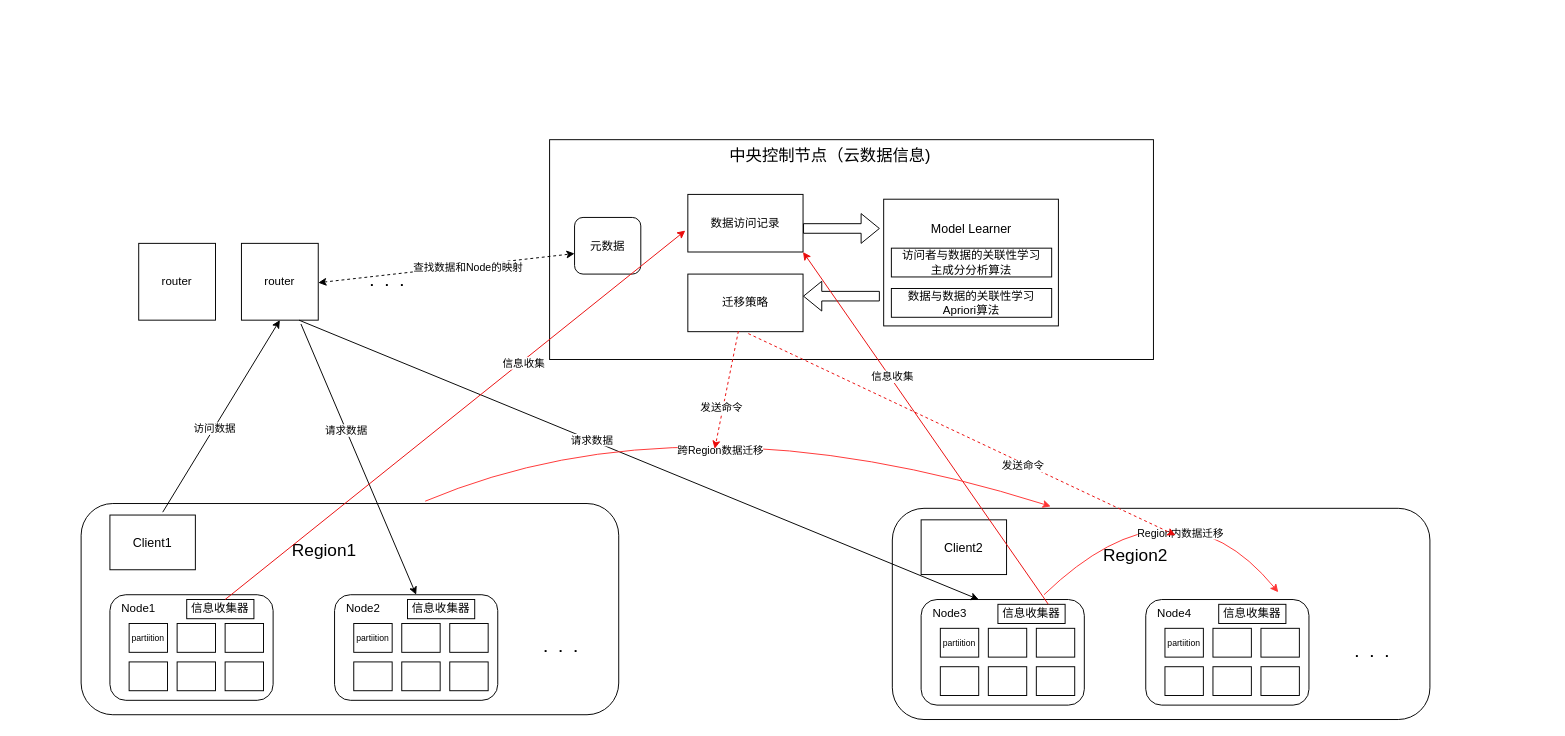
The draw.io diagram 未命名绘图.drawio in Mo-yang22/TCP-IP, before the edit. Source tidied: cells renumbered, new cells numbered last; positions are measured from the earlier drawing's top-left corner, leaving out a move shared by most shapes. Both pictures are drawn from the tidied source at 96%, with x=0, y=0 at pixel (81, 115).
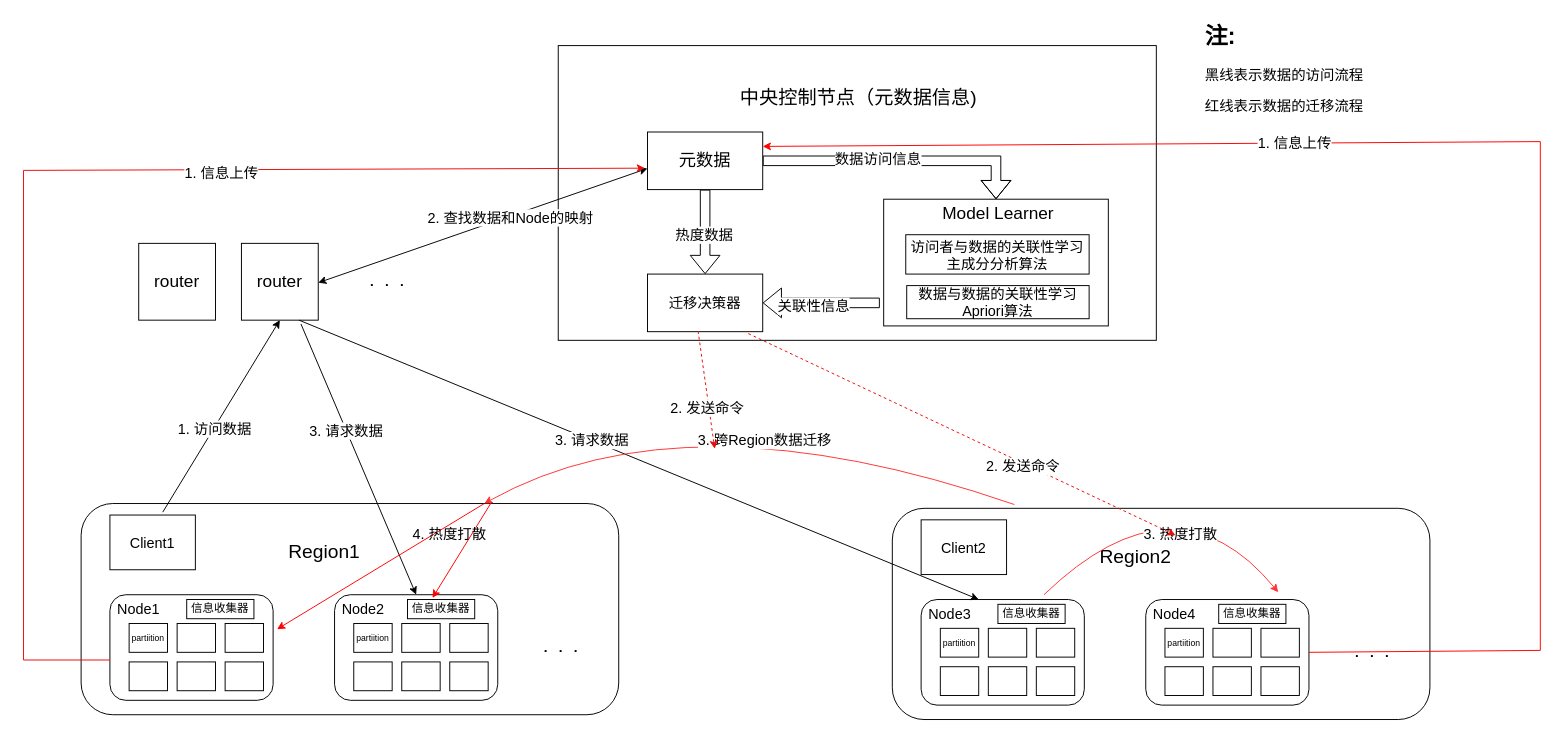
The same page after the edit.

Commit message:
更新未命名绘图.drawio

The change refers to these unchanged cells:
```xml
<mxCell id="2" style="rounded=1;whiteSpace=wrap;html=1;fillColor=none;align=center;strokeWidth=1;" parent="1" vertex="1">
  <mxGeometry y="404" width="560" height="220" as="geometry" />
</mxCell>
<mxCell id="4" style="rounded=1;whiteSpace=wrap;html=1;fillColor=none;strokeWidth=1;" parent="1" vertex="1">
  <mxGeometry x="30" y="499" width="170" height="110" as="geometry" />
</mxCell>
<mxCell id="24" value="信息收集器" style="rounded=0;whiteSpace=wrap;html=1;" parent="1" vertex="1">
  <mxGeometry x="340" y="504" width="70" height="20" as="geometry" />
</mxCell>
<mxCell id="26" style="rounded=1;whiteSpace=wrap;html=1;fillColor=none;align=center;strokeWidth=1;" parent="1" vertex="1">
  <mxGeometry x="845" y="409" width="560" height="220" as="geometry" />
</mxCell>
<mxCell id="37" style="rounded=1;whiteSpace=wrap;html=1;fillColor=none;strokeWidth=1;" parent="1" vertex="1">
  <mxGeometry x="1109" y="504" width="170" height="110" as="geometry" />
</mxCell>
<mxCell id="47" value="信息收集器" style="rounded=0;whiteSpace=wrap;html=1;" parent="1" vertex="1">
  <mxGeometry x="955" y="509" width="70" height="20" as="geometry" />
</mxCell>
<mxCell id="53" style="endArrow=classic;html=1;rounded=0;entryX=0.5;entryY=1;entryDx=0;entryDy=0;" parent="1" edge="1" target="51">
  <mxGeometry relative="1" as="geometry">
    <mxPoint x="85" y="413" as="sourcePoint" />
  </mxGeometry>
</mxCell>
<mxCell id="58" style="endArrow=classic;html=1;rounded=0;entryX=0.5;entryY=0;entryDx=0;entryDy=0;" parent="1" edge="1" target="13">
  <mxGeometry relative="1" as="geometry">
    <mxPoint x="229" y="217" as="sourcePoint" />
  </mxGeometry>
</mxCell>
<mxCell id="60" style="endArrow=classic;html=1;rounded=0;entryX=1;entryY=0;entryDx=0;entryDy=0;exitX=0.75;exitY=1;exitDx=0;exitDy=0;" parent="1" edge="1" source="51" target="29">
  <mxGeometry relative="1" as="geometry" />
</mxCell>
<mxCell id="78" style="curved=1;endArrow=classic;html=1;rounded=0;exitX=0.543;exitY=0.027;exitDx=0;exitDy=0;exitPerimeter=0;strokeColor=#FF3333;entryX=0.602;entryY=0.003;entryDx=0;entryDy=0;entryPerimeter=0;" parent="1" edge="1">
  <mxGeometry relative="1" as="geometry">
    <mxPoint x="1003" y="499" as="sourcePoint" />
    <mxPoint x="1247" y="496.4" as="targetPoint" />
    <Array as="points">
      <mxPoint x="1140" y="367" />
    </Array>
  </mxGeometry>
</mxCell>
<mxCell id="80" style="endArrow=classic;html=1;rounded=0;strokeColor=#ea0b0b;exitX=0.439;exitY=0.989;exitDx=0;exitDy=0;exitPerimeter=0;dashed=1;" parent="1" edge="1" source="65">
  <mxGeometry relative="1" as="geometry">
    <mxPoint x="660" y="347" as="targetPoint" />
  </mxGeometry>
</mxCell>
<mxCell id="82" style="endArrow=classic;html=1;rounded=0;strokeColor=#ea0b0b;dashed=1;" parent="1" edge="1">
  <mxGeometry relative="1" as="geometry">
    <mxPoint x="695" y="227" as="sourcePoint" />
    <mxPoint x="1140" y="437" as="targetPoint" />
  </mxGeometry>
</mxCell>
```

Change to the diagram source:
```diff
@@
+    <mxCell id="62" style="rounded=0;whiteSpace=wrap;html=1;fillColor=none;" parent="1" vertex="1">
+      <mxGeometry x="497" y="-73" width="623" height="307" as="geometry" />
+    </mxCell>
@@
-    <mxCell id="3" value="&lt;font style=&quot;font-size: 18px;&quot;&gt;Region1&lt;/font&gt;" style="text;html=1;strokeColor=none;fillColor=none;align=center;verticalAlign=middle;whiteSpace=wrap;rounded=0;strokeWidth=1;" parent="1" vertex="1">
+    <mxCell id="3" value="&lt;font style=&quot;font-size: 20px;&quot;&gt;Region1&lt;/font&gt;" style="text;html=1;strokeColor=none;fillColor=none;align=center;verticalAlign=middle;whiteSpace=wrap;rounded=0;strokeWidth=1;" parent="1" vertex="1">
       <mxGeometry x="213" y="435" width="81" height="36" as="geometry" />
     </mxCell>
@@
-    <mxCell id="5" value="Node1" style="text;html=1;strokeColor=none;fillColor=none;align=center;verticalAlign=middle;whiteSpace=wrap;rounded=0;strokeWidth=1;" parent="1" vertex="1">
+    <mxCell id="5" value="&lt;font style=&quot;font-size: 15px;&quot;&gt;Node1&lt;/font&gt;" style="text;html=1;strokeColor=none;fillColor=none;align=center;verticalAlign=middle;whiteSpace=wrap;rounded=0;strokeWidth=1;" parent="1" vertex="1">
       <mxGeometry x="30" y="499" width="60" height="30" as="geometry" />
     </mxCell>
@@
-    <mxCell id="14" value="Node2" style="text;html=1;strokeColor=none;fillColor=none;align=center;verticalAlign=middle;whiteSpace=wrap;rounded=0;strokeWidth=1;" parent="1" vertex="1">
+    <mxCell id="14" value="&lt;font style=&quot;font-size: 15px;&quot;&gt;Node2&lt;/font&gt;" style="text;html=1;strokeColor=none;fillColor=none;align=center;verticalAlign=middle;whiteSpace=wrap;rounded=0;strokeWidth=1;" parent="1" vertex="1">
       <mxGeometry x="264" y="499" width="60" height="30" as="geometry" />
     </mxCell>
@@
-    <mxCell id="25" value="&lt;font style=&quot;font-size: 13px;&quot;&gt;Client1&lt;/font&gt;" style="rounded=0;whiteSpace=wrap;html=1;fillColor=none;" parent="1" vertex="1">
+    <mxCell id="25" value="&lt;font style=&quot;font-size: 15px;&quot;&gt;Client1&lt;/font&gt;" style="rounded=0;whiteSpace=wrap;html=1;fillColor=none;" parent="1" vertex="1">
       <mxGeometry x="30" y="416" width="89" height="57" as="geometry" />
     </mxCell>
@@
-    <mxCell id="27" value="&lt;font style=&quot;font-size: 18px;&quot;&gt;Region2&lt;/font&gt;" style="text;html=1;strokeColor=none;fillColor=none;align=center;verticalAlign=middle;whiteSpace=wrap;rounded=0;strokeWidth=1;" parent="1" vertex="1">
+    <mxCell id="27" value="&lt;font style=&quot;font-size: 20px;&quot;&gt;Region2&lt;/font&gt;" style="text;html=1;strokeColor=none;fillColor=none;align=center;verticalAlign=middle;whiteSpace=wrap;rounded=0;strokeWidth=1;" parent="1" vertex="1">
       <mxGeometry x="1058" y="440" width="81" height="36" as="geometry" />
     </mxCell>
@@
-    <mxCell id="29" value="Node3" style="text;html=1;strokeColor=none;fillColor=none;align=center;verticalAlign=middle;whiteSpace=wrap;rounded=0;strokeWidth=1;" parent="1" vertex="1">
+    <mxCell id="29" value="&lt;font style=&quot;font-size: 15px;&quot;&gt;Node3&lt;/font&gt;" style="text;html=1;strokeColor=none;fillColor=none;align=center;verticalAlign=middle;whiteSpace=wrap;rounded=0;strokeWidth=1;" parent="1" vertex="1">
       <mxGeometry x="875" y="504" width="60" height="30" as="geometry" />
     </mxCell>
@@
-    <mxCell id="38" value="Node4" style="text;html=1;strokeColor=none;fillColor=none;align=center;verticalAlign=middle;whiteSpace=wrap;rounded=0;strokeWidth=1;" parent="1" vertex="1">
+    <mxCell id="38" value="&lt;font style=&quot;font-size: 15px;&quot;&gt;Node4&lt;/font&gt;" style="text;html=1;strokeColor=none;fillColor=none;align=center;verticalAlign=middle;whiteSpace=wrap;rounded=0;strokeWidth=1;" parent="1" vertex="1">
       <mxGeometry x="1109" y="504" width="60" height="30" as="geometry" />
     </mxCell>
@@
-    <mxCell id="49" value="&lt;font style=&quot;font-size: 13px;&quot;&gt;Client2&lt;/font&gt;" style="rounded=0;whiteSpace=wrap;html=1;fillColor=none;" parent="1" vertex="1">
+    <mxCell id="49" value="&lt;font style=&quot;font-size: 15px;&quot;&gt;Client2&lt;/font&gt;" style="rounded=0;whiteSpace=wrap;html=1;fillColor=none;" parent="1" vertex="1">
       <mxGeometry x="875" y="421" width="89" height="57" as="geometry" />
     </mxCell>
-    <mxCell id="50" value="router" style="whiteSpace=wrap;html=1;" parent="1" vertex="1">
+    <mxCell id="50" value="&lt;font style=&quot;font-size: 18px;&quot;&gt;router&lt;/font&gt;" style="whiteSpace=wrap;html=1;" parent="1" vertex="1">
       <mxGeometry x="60" y="133" width="80" height="80" as="geometry" />
     </mxCell>
-    <mxCell id="51" value="router" style="whiteSpace=wrap;html=1;" parent="1" vertex="1">
+    <mxCell id="51" value="&lt;font style=&quot;font-size: 18px;&quot;&gt;router&lt;/font&gt;" style="whiteSpace=wrap;html=1;" parent="1" vertex="1">
       <mxGeometry x="167" y="133" width="80" height="80" as="geometry" />
     </mxCell>
@@
-    <mxCell id="54" value="访问数据" style="edgeLabel;html=1;align=center;verticalAlign=middle;" parent="53" vertex="1">
+    <mxCell id="54" value="&lt;font style=&quot;font-size: 15px;&quot;&gt;1. 访问数据&lt;/font&gt;" style="edgeLabel;html=1;align=center;verticalAlign=middle;" parent="53" vertex="1">
       <mxGeometry x="-0.12" relative="1" as="geometry" />
     </mxCell>
-    <mxCell id="55" style="endArrow=classic;startArrow=classic;html=1;rounded=0;entryX=0;entryY=0.638;entryDx=0;entryDy=0;entryPerimeter=0;dashed=1;" parent="1" edge="1" target="57">
+    <mxCell id="55" style="endArrow=classic;startArrow=classic;html=1;rounded=0;entryX=0;entryY=0.633;entryDx=0;entryDy=0;entryPerimeter=0;" parent="1" edge="1" target="64">
       <mxGeometry relative="1" as="geometry">
         <mxPoint x="247" y="174" as="sourcePoint" />
       </mxGeometry>
     </mxCell>
-    <mxCell id="56" value="查找数据和Node的映射" style="edgeLabel;html=1;align=center;verticalAlign=middle;" parent="55" vertex="1">
+    <mxCell id="56" value="&lt;font style=&quot;font-size: 15px;&quot;&gt;2. 查找数据和Node的映射&lt;/font&gt;" style="edgeLabel;html=1;align=center;verticalAlign=middle;" parent="55" vertex="1">
       <mxGeometry x="0.16" y="-2" relative="1" as="geometry">
         <mxPoint y="-1" as="offset" />
       </mxGeometry>
     </mxCell>
-    <mxCell id="57" value="元数据" style="rounded=1;whiteSpace=wrap;html=1;fillColor=none;" parent="1" vertex="1">
-      <mxGeometry x="514" y="106" width="69" height="59" as="geometry" />
-    </mxCell>
@@
-    <mxCell id="59" value="请求数据" style="edgeLabel;html=1;align=center;verticalAlign=middle;" parent="58" vertex="1">
+    <mxCell id="59" value="&lt;font style=&quot;font-size: 15px;&quot;&gt;3. 请求数据&lt;/font&gt;" style="edgeLabel;html=1;align=center;verticalAlign=middle;" parent="58" vertex="1">
       <mxGeometry x="-0.22" y="-1" relative="1" as="geometry" />
     </mxCell>
@@
-    <mxCell id="61" value="请求数据" style="edgeLabel;html=1;align=center;verticalAlign=middle;" parent="60" vertex="1">
+    <mxCell id="61" value="&lt;font style=&quot;font-size: 15px;&quot;&gt;3. 请求数据&lt;/font&gt;" style="edgeLabel;html=1;align=center;verticalAlign=middle;" parent="60" vertex="1">
       <mxGeometry x="-0.14" y="1" relative="1" as="geometry" />
     </mxCell>
-    <mxCell id="62" style="rounded=0;whiteSpace=wrap;html=1;fillColor=none;" parent="1" vertex="1">
-      <mxGeometry x="488" y="25" width="629" height="229" as="geometry" />
-    </mxCell>
-    <mxCell id="63" value="&lt;font style=&quot;font-size: 17px;&quot;&gt;中央控制节点（云数据信息)&lt;/font&gt;" style="text;html=1;align=center;verticalAlign=middle;whiteSpace=wrap;rounded=0;" parent="1" vertex="1">
-      <mxGeometry x="669" width="223" height="85" as="geometry" />
+    <mxCell id="63" value="&lt;font style=&quot;font-size: 20px;&quot;&gt;中央控制节点（元数据信息)&lt;/font&gt;" style="text;html=1;align=center;verticalAlign=middle;whiteSpace=wrap;rounded=0;" parent="1" vertex="1">
+      <mxGeometry x="660" y="-63" width="300" height="85" as="geometry" />
     </mxCell>
+    <mxCell id="84" style="edgeStyle=orthogonalEdgeStyle;rounded=0;jettySize=auto;html=1;shape=flexArrow;" parent="1" edge="1" source="64" target="66">
+      <mxGeometry relative="1" as="geometry" />
+    </mxCell>
+    <mxCell id="85" value="&lt;font style=&quot;font-size: 15px;&quot;&gt;数据访问信息&lt;/font&gt;" style="edgeLabel;html=1;align=center;verticalAlign=middle;" parent="84" vertex="1">
+      <mxGeometry x="-0.16" y="3" relative="1" as="geometry" />
+    </mxCell>
+    <mxCell id="86" style="edgeStyle=orthogonalEdgeStyle;rounded=0;jettySize=auto;html=1;exitX=0.5;exitY=1;exitDx=0;exitDy=0;entryX=0.5;entryY=0;entryDx=0;entryDy=0;shape=flexArrow;" parent="1" edge="1" source="64" target="65">
+      <mxGeometry relative="1" as="geometry" />
+    </mxCell>
+    <mxCell id="87" value="&lt;font style=&quot;font-size: 15px;&quot;&gt;热度数据&lt;/font&gt;" style="edgeLabel;html=1;align=center;verticalAlign=middle;" parent="86" vertex="1">
+      <mxGeometry x="0.05" y="-2" relative="1" as="geometry" />
+    </mxCell>
-    <mxCell id="64" value="数据访问记录" style="rounded=0;whiteSpace=wrap;html=1;" parent="1" vertex="1">
-      <mxGeometry x="632" y="82" width="120" height="60" as="geometry" />
+    <mxCell id="64" value="&lt;font style=&quot;font-size: 18px;&quot;&gt;元数据&lt;/font&gt;" style="rounded=0;whiteSpace=wrap;html=1;" parent="1" vertex="1">
+      <mxGeometry x="590" y="17" width="120" height="60" as="geometry" />
     </mxCell>
-    <mxCell id="65" value="迁移策略" style="rounded=0;whiteSpace=wrap;html=1;" parent="1" vertex="1">
-      <mxGeometry x="632" y="165" width="120" height="60" as="geometry" />
+    <mxCell id="65" value="&lt;font style=&quot;font-size: 15px;&quot;&gt;迁移决策器&lt;/font&gt;" style="rounded=0;whiteSpace=wrap;html=1;" parent="1" vertex="1">
+      <mxGeometry x="590" y="165" width="120" height="60" as="geometry" />
     </mxCell>
     <mxCell id="66" style="rounded=0;whiteSpace=wrap;html=1;" parent="1" vertex="1">
-      <mxGeometry x="836" y="87" width="182" height="132" as="geometry" />
+      <mxGeometry x="836" y="87" width="234" height="132" as="geometry" />
     </mxCell>
-    <mxCell id="67" value="&lt;font style=&quot;font-size: 13px;&quot;&gt;Model Learner&lt;/font&gt;" style="text;html=1;align=center;verticalAlign=middle;whiteSpace=wrap;rounded=0;" parent="1" vertex="1">
-      <mxGeometry x="879.5" y="103" width="95" height="30" as="geometry" />
+    <mxCell id="67" value="&lt;font style=&quot;font-size: 18px;&quot;&gt;Model Learner&lt;/font&gt;" style="text;html=1;align=center;verticalAlign=middle;whiteSpace=wrap;rounded=0;" parent="1" vertex="1">
+      <mxGeometry x="889.8" y="87" width="130.5" height="30" as="geometry" />
     </mxCell>
-    <mxCell id="68" value="访问者与数据的关联性学习&lt;div&gt;主成分分析算法&lt;/div&gt;" style="rounded=0;whiteSpace=wrap;html=1;" parent="1" vertex="1">
-      <mxGeometry x="844" y="138" width="167" height="30" as="geometry" />
+    <mxCell id="68" value="&lt;font style=&quot;font-size: 15px;&quot;&gt;访问者与数据的关联性学习&lt;/font&gt;&lt;div style=&quot;font-size: 15px;&quot;&gt;&lt;font style=&quot;font-size: 15px;&quot;&gt;主成分分析算法&lt;/font&gt;&lt;/div&gt;" style="rounded=0;whiteSpace=wrap;html=1;" parent="1" vertex="1">
+      <mxGeometry x="859" y="124" width="191" height="41" as="geometry" />
     </mxCell>
-    <mxCell id="69" value="数据与数据的关联性学习&lt;div&gt;Apriori算法&lt;/div&gt;" style="rounded=0;whiteSpace=wrap;html=1;" parent="1" vertex="1">
-      <mxGeometry x="844" y="180" width="167" height="30" as="geometry" />
+    <mxCell id="69" value="&lt;font style=&quot;font-size: 15px;&quot;&gt;数据与数据的关联性学习&lt;/font&gt;&lt;div style=&quot;font-size: 15px;&quot;&gt;&lt;font style=&quot;font-size: 15px;&quot;&gt;Apriori算法&lt;/font&gt;&lt;/div&gt;" style="rounded=0;whiteSpace=wrap;html=1;" parent="1" vertex="1">
+      <mxGeometry x="860" y="177" width="190" height="34.5" as="geometry" />
     </mxCell>
-    <mxCell id="70" style="shape=flexArrow;endArrow=classic;html=1;rounded=0;" parent="1" edge="1">
-      <mxGeometry relative="1" as="geometry">
-        <mxPoint x="752" y="117.5" as="sourcePoint" />
-        <mxPoint x="832" y="117.5" as="targetPoint" />
-      </mxGeometry>
-    </mxCell>
-    <mxCell id="71" style="shape=flexArrow;endArrow=classic;html=1;rounded=0;" parent="1" edge="1">
+    <mxCell id="71" style="shape=flexArrow;endArrow=classic;html=1;rounded=0;" parent="1" edge="1" target="65">
       <mxGeometry relative="1" as="geometry">
-        <mxPoint x="832" y="188" as="sourcePoint" />
-        <mxPoint x="752" y="188" as="targetPoint" />
+        <mxPoint x="832" y="195" as="sourcePoint" />
       </mxGeometry>
     </mxCell>
+    <mxCell id="88" value="&lt;font style=&quot;font-size: 15px;&quot;&gt;关联性信息&lt;/font&gt;" style="edgeLabel;html=1;align=center;verticalAlign=middle;" parent="71" vertex="1">
+      <mxGeometry x="0.15" y="2" relative="1" as="geometry" />
+    </mxCell>
     <mxCell id="72" style="endArrow=classic;html=1;rounded=0;strokeColor=#ea0b0b;entryX=-0.022;entryY=0.628;entryDx=0;entryDy=0;entryPerimeter=0;" parent="1" edge="1" target="64">
       <mxGeometry relative="1" as="geometry">
-        <mxPoint x="150" y="504" as="sourcePoint" />
+        <mxPoint x="30" y="567" as="sourcePoint" />
+        <Array as="points">
+          <mxPoint x="-60" y="567" />
+          <mxPoint x="-60" y="57" />
+        </Array>
       </mxGeometry>
     </mxCell>
-    <mxCell id="73" value="信息收集" style="edgeLabel;html=1;align=center;verticalAlign=middle;" parent="72" vertex="1">
+    <mxCell id="73" value="&lt;font style=&quot;font-size: 15px;&quot;&gt;1. 信息上传&lt;/font&gt;" style="edgeLabel;html=1;align=center;verticalAlign=middle;" parent="72" vertex="1">
       <mxGeometry x="0.29" y="-2" relative="1" as="geometry" />
     </mxCell>
-    <mxCell id="74" style="endArrow=classic;html=1;rounded=0;strokeColor=#ea0b0b;entryX=1;entryY=1;entryDx=0;entryDy=0;exitX=0.75;exitY=0;exitDx=0;exitDy=0;" parent="1" edge="1" source="47" target="64">
-      <mxGeometry relative="1" as="geometry" />
-    </mxCell>
-    <mxCell id="75" value="信息收集" style="edgeLabel;html=1;align=center;verticalAlign=middle;" parent="74" vertex="1">
-      <mxGeometry x="0.29" y="-2" relative="1" as="geometry" />
-    </mxCell>
-    <mxCell id="76" style="curved=1;endArrow=classic;html=1;rounded=0;exitX=0.64;exitY=-0.011;exitDx=0;exitDy=0;exitPerimeter=0;strokeColor=#FF3333;" parent="1" edge="1" source="2">
+    <mxCell id="76" style="curved=1;endArrow=classic;html=1;rounded=0;exitX=0.227;exitY=-0.018;exitDx=0;exitDy=0;exitPerimeter=0;strokeColor=#FF3333;entryX=0.75;entryY=0;entryDx=0;entryDy=0;" parent="1" edge="1" source="26" target="2">
       <mxGeometry relative="1" as="geometry">
-        <mxPoint x="1010" y="407" as="targetPoint" />
         <Array as="points">
           <mxPoint x="630" y="287" />
         </Array>
       </mxGeometry>
     </mxCell>
-    <mxCell id="77" value="跨Region数据迁移" style="edgeLabel;html=1;align=center;verticalAlign=middle;" parent="76" vertex="1">
-      <mxGeometry y="-48" relative="1" as="geometry" />
+    <mxCell id="77" value="&lt;font style=&quot;font-size: 15px;&quot;&gt;3. 跨Region数据迁移&lt;/font&gt;" style="edgeLabel;html=1;align=center;verticalAlign=middle;" parent="76" vertex="1">
+      <mxGeometry y="-48" relative="1" as="geometry">
+        <mxPoint x="8" y="76" as="offset" />
+      </mxGeometry>
     </mxCell>
@@
-    <mxCell id="79" value="Region内数据迁移" style="edgeLabel;html=1;align=center;verticalAlign=middle;" parent="78" vertex="1">
+    <mxCell id="79" value="&lt;font style=&quot;font-size: 15px;&quot;&gt;3. 热度打散&lt;/font&gt;" style="edgeLabel;html=1;align=center;verticalAlign=middle;" parent="78" vertex="1">
       <mxGeometry x="0.37" y="-39" relative="1" as="geometry" />
     </mxCell>
@@
-    <mxCell id="81" value="发送命令" style="edgeLabel;html=1;align=center;verticalAlign=middle;" parent="80" vertex="1">
+    <mxCell id="81" value="&lt;font style=&quot;font-size: 15px;&quot;&gt;2. 发送命令&lt;/font&gt;" style="edgeLabel;html=1;align=center;verticalAlign=middle;" parent="80" vertex="1">
       <mxGeometry x="0.29" y="-2" relative="1" as="geometry" />
     </mxCell>
@@
-    <mxCell id="83" value="发送命令" style="edgeLabel;html=1;align=center;verticalAlign=middle;" parent="82" vertex="1">
+    <mxCell id="83" value="&lt;font style=&quot;font-size: 15px;&quot;&gt;2. 发送命令&lt;/font&gt;" style="edgeLabel;html=1;align=center;verticalAlign=middle;" parent="82" vertex="1">
       <mxGeometry x="0.29" y="-2" relative="1" as="geometry" />
     </mxCell>
+    <mxCell id="89" style="endArrow=classic;html=1;rounded=0;exitX=1;exitY=0.5;exitDx=0;exitDy=0;entryX=1;entryY=0.25;entryDx=0;entryDy=0;strokeColor=#FF0000;" parent="1" edge="1" source="37" target="64">
+      <mxGeometry relative="1" as="geometry">
+        <Array as="points">
+          <mxPoint x="1520" y="557" />
+          <mxPoint x="1520" y="27" />
+        </Array>
+      </mxGeometry>
+    </mxCell>
+    <mxCell id="90" value="&lt;font style=&quot;font-size: 15px;&quot;&gt;1. 信息上传&lt;/font&gt;" style="edgeLabel;html=1;align=center;verticalAlign=middle;" parent="89" vertex="1">
+      <mxGeometry x="0.3" y="-1" relative="1" as="geometry" />
+    </mxCell>
+    <mxCell id="91" style="endArrow=classic;html=1;rounded=0;entryX=0.371;entryY=-0.083;entryDx=0;entryDy=0;entryPerimeter=0;exitX=0.763;exitY=-0.005;exitDx=0;exitDy=0;exitPerimeter=0;strokeColor=#FF0000;" parent="1" edge="1" source="2" target="24">
+      <mxGeometry relative="1" as="geometry" />
+    </mxCell>
+    <mxCell id="92" style="endArrow=classic;html=1;rounded=0;entryX=1.024;entryY=0.327;entryDx=0;entryDy=0;exitX=0.75;exitY=0;exitDx=0;exitDy=0;strokeColor=#FF0000;entryPerimeter=0;" parent="1" edge="1" source="2" target="4">
+      <mxGeometry relative="1" as="geometry" />
+    </mxCell>
+    <mxCell id="93" value="&lt;font style=&quot;font-size: 15px;&quot;&gt;4. 热度打散&lt;/font&gt;" style="text;html=1;align=center;verticalAlign=middle;whiteSpace=wrap;rounded=0;" parent="1" vertex="1">
+      <mxGeometry x="344" y="416" width="80" height="37.5" as="geometry" />
+    </mxCell>
+    <mxCell id="94" value="&lt;h1 style=&quot;margin-top: 0px;&quot;&gt;注:&lt;/h1&gt;&lt;p style=&quot;font-size: 15px;&quot;&gt;&lt;font style=&quot;font-size: 15px;&quot;&gt;黑线表示数据的访问流程&lt;/font&gt;&lt;/p&gt;&lt;p style=&quot;font-size: 15px;&quot;&gt;&lt;font style=&quot;font-size: 15px;&quot;&gt;红线表示数据的迁移流程&lt;/font&gt;&lt;/p&gt;" style="text;html=1;whiteSpace=wrap;overflow=hidden;rounded=0;" parent="1" vertex="1">
+      <mxGeometry x="1169" y="-103" width="180" height="112.5" as="geometry" />
+    </mxCell>
```
